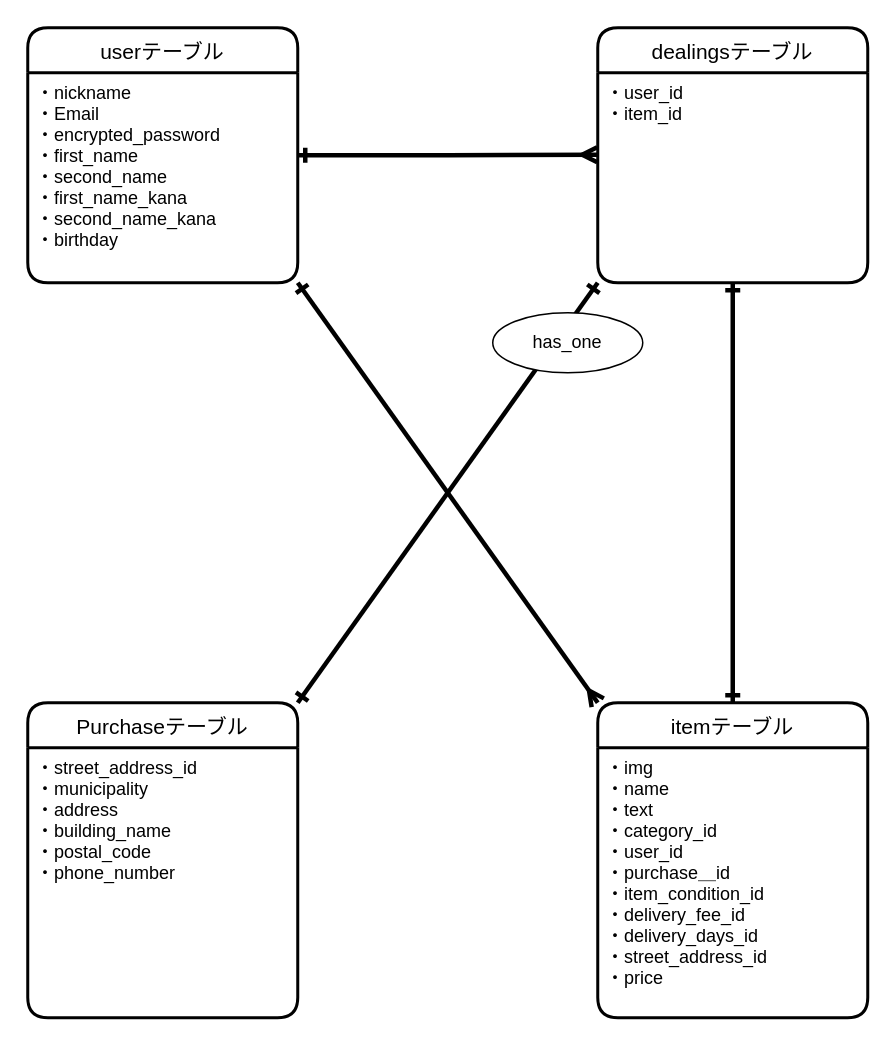
Before: app/controllers/test.dio in fisher1031/furima-34833, a draw.io diagram. Source tidied: cells renumbered, new cells numbered last; positions are measured from the earlier drawing's top-left corner, leaving out a move shared by most shapes. Both pictures are drawn from the tidied source at 150%, with x=0, y=0 at pixel (27, 27).
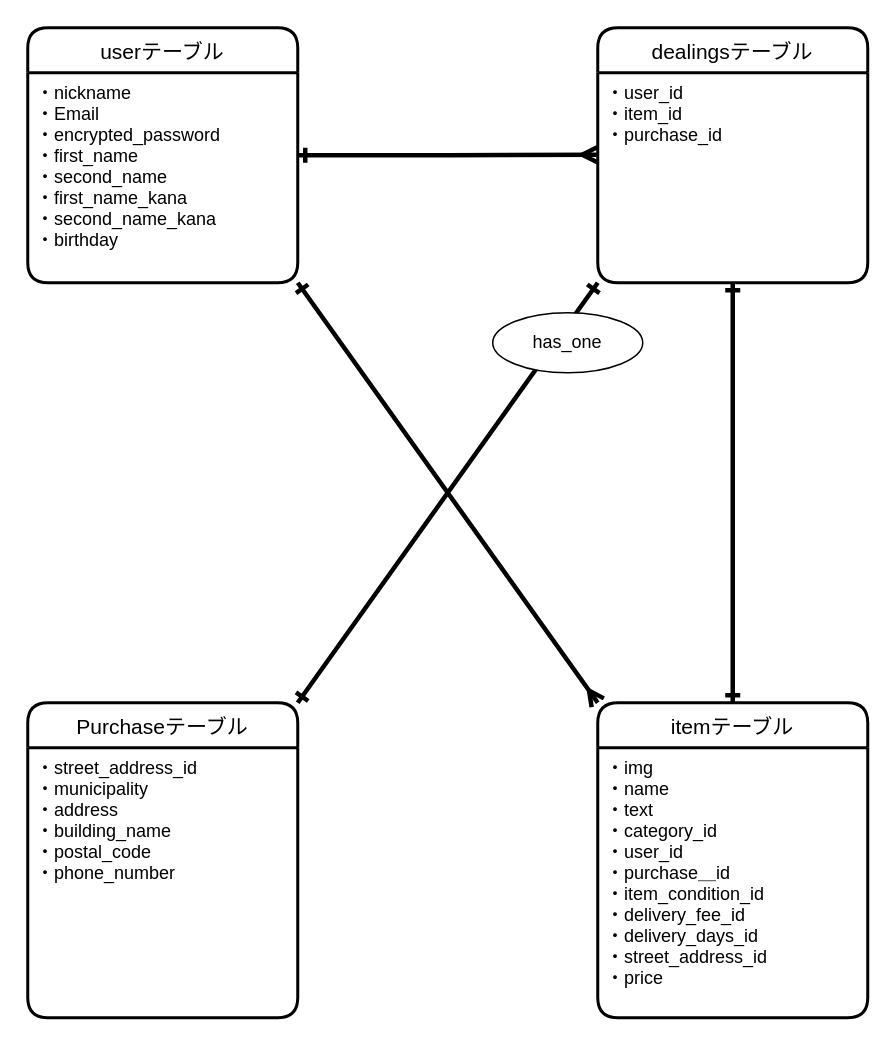
Above is the later version.

Commit message (it also covers changes not shown here):
READ MEの再修正

What changed in the source:
```diff
@@
 <mxGraphModel>
   <root>
     <mxCell id="0" />
     <mxCell id="1" parent="0" />
     <mxCell id="2" value="itemテーブル" style="swimlane;horizontal=1;startSize=30;rounded=1;fontSize=14;fontStyle=0;strokeWidth=2;shadow=0;dashed=0;align=center;" parent="1" vertex="1">
       <mxGeometry x="380" y="450" width="180" height="210" as="geometry" />
     </mxCell>
     <mxCell id="3" value="・img&#10;・name&#10;・text&#10;・category_id&#10;・user_id&#10;・purchase＿id&#10;・item_condition_id&#10;・delivery_fee_id&#10;・delivery_days_id&#10;・street_address_id&#10;・price" style="align=left;strokeColor=none;fillColor=none;spacingLeft=4;fontSize=12;verticalAlign=top;" parent="2" vertex="1">
       <mxGeometry y="30" width="180" height="180" as="geometry" />
     </mxCell>
     <mxCell id="4" style="rounded=0;jettySize=auto;html=1;exitX=1;exitY=0;exitDx=0;exitDy=0;entryX=0;entryY=1;entryDx=0;entryDy=0;startArrow=ERone;startFill=0;endArrow=ERone;endFill=0;strokeWidth=3;" parent="1" edge="1" source="5" target="8">
       <mxGeometry relative="1" as="geometry" />
     </mxCell>
     <mxCell id="5" value="Purchaseテーブル" style="swimlane;horizontal=1;startSize=30;rounded=1;fontSize=14;fontStyle=0;strokeWidth=2;shadow=0;dashed=0;align=center;" parent="1" vertex="1">
       <mxGeometry y="450" width="180" height="210" as="geometry" />
     </mxCell>
     <mxCell id="6" value="・street_address_id&#10;・municipality&#10;・address&#10;・building_name&#10;・postal_code &#10;・phone_number " style="align=left;strokeColor=none;fillColor=none;spacingLeft=4;fontSize=12;verticalAlign=top;" parent="5" vertex="1">
       <mxGeometry y="30" width="180" height="180" as="geometry" />
     </mxCell>
     <mxCell id="7" value="dealingsテーブル" style="swimlane;horizontal=1;startSize=30;rounded=1;fontSize=14;fontStyle=0;strokeWidth=2;shadow=0;dashed=0;align=center;" parent="1" vertex="1">
       <mxGeometry x="380" width="180" height="170" as="geometry" />
     </mxCell>
-    <mxCell id="8" value="・user_id&#10;・item_id" style="align=left;strokeColor=none;fillColor=none;spacingLeft=4;fontSize=12;verticalAlign=top;" parent="7" vertex="1">
+    <mxCell id="8" value="・user_id&#10;・item_id&#10;・purchase_id" style="align=left;strokeColor=none;fillColor=none;spacingLeft=4;fontSize=12;verticalAlign=top;" parent="7" vertex="1">
       <mxGeometry y="30" width="180" height="140" as="geometry" />
     </mxCell>
     <mxCell id="9" style="edgeStyle=orthogonalEdgeStyle;rounded=0;jettySize=auto;html=1;entryX=-0.002;entryY=0.39;entryDx=0;entryDy=0;entryPerimeter=0;strokeWidth=3;endArrow=ERmany;endFill=0;startArrow=ERone;startFill=0;" parent="1" edge="1" source="10" target="8">
       <mxGeometry relative="1" as="geometry" />
     </mxCell>
     <mxCell id="10" value="userテーブル" style="swimlane;horizontal=1;startSize=30;rounded=1;fontSize=14;fontStyle=0;strokeWidth=2;shadow=0;dashed=0;align=center;" parent="1" vertex="1">
       <mxGeometry width="180" height="170" as="geometry" />
     </mxCell>
     <mxCell id="11" value="・nickname&#10;・Email&#10;・encrypted_password&#10;・first_name&#10;・second_name&#10;・first_name_kana&#10;・second_name_kana&#10;・birthday" style="align=left;strokeColor=none;fillColor=none;spacingLeft=4;fontSize=12;verticalAlign=top;" parent="10" vertex="1">
       <mxGeometry y="30" width="180" height="140" as="geometry" />
     </mxCell>
     <mxCell id="12" style="rounded=0;jettySize=auto;html=1;exitX=1;exitY=1;exitDx=0;exitDy=0;entryX=0;entryY=0;entryDx=0;entryDy=0;startArrow=ERone;startFill=0;endArrow=ERmany;endFill=0;strokeWidth=3;" parent="1" edge="1" source="11" target="2">
       <mxGeometry relative="1" as="geometry" />
     </mxCell>
     <mxCell id="13" style="edgeStyle=elbowEdgeStyle;rounded=0;jettySize=auto;html=1;entryX=0.5;entryY=0;entryDx=0;entryDy=0;startArrow=ERone;startFill=0;endArrow=ERone;endFill=0;strokeWidth=3;" parent="1" edge="1" source="8" target="2">
       <mxGeometry relative="1" as="geometry" />
     </mxCell>
     <mxCell id="14" value="has_one" style="ellipse;whiteSpace=wrap;html=1;align=center;" parent="1" vertex="1">
       <mxGeometry x="310" y="190" width="100" height="40" as="geometry" />
     </mxCell>
   </root>
 </mxGraphModel>
```
